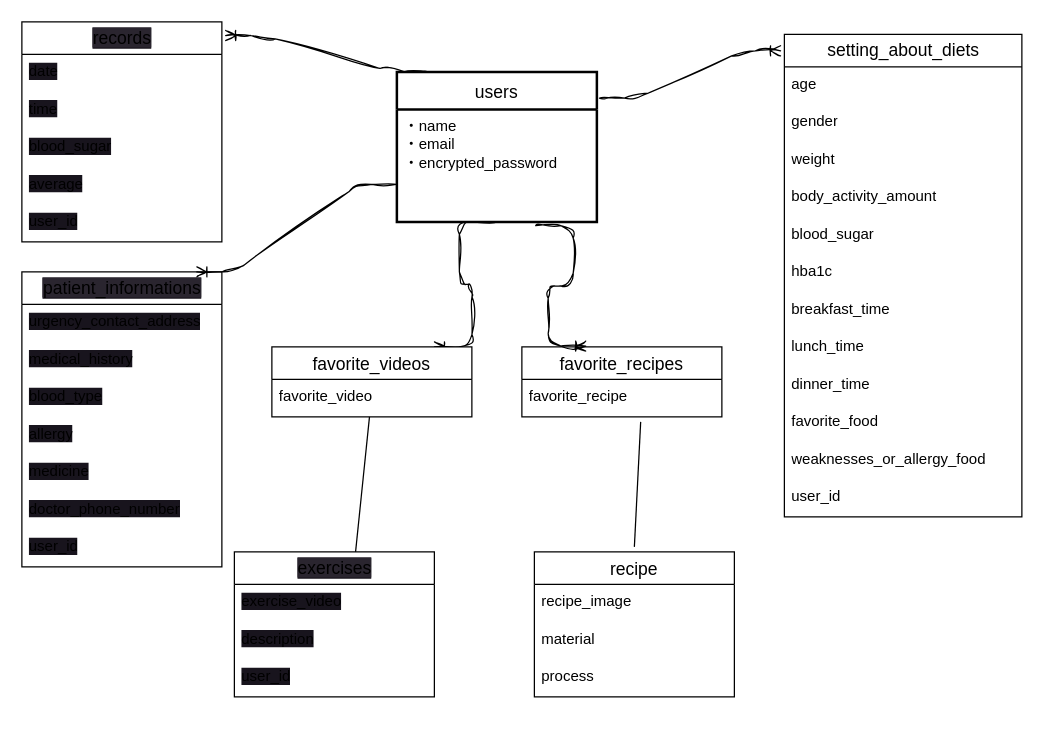
The draw.io diagram DM-control.dio in kinomomo/DM-control, before the edit. Source tidied: cells renumbered, new cells numbered last; positions are measured from the earlier drawing's top-left corner, leaving out a move shared by most shapes. Both pictures are drawn from the tidied source at 125%, with x=0, y=0 at pixel (21, 21).
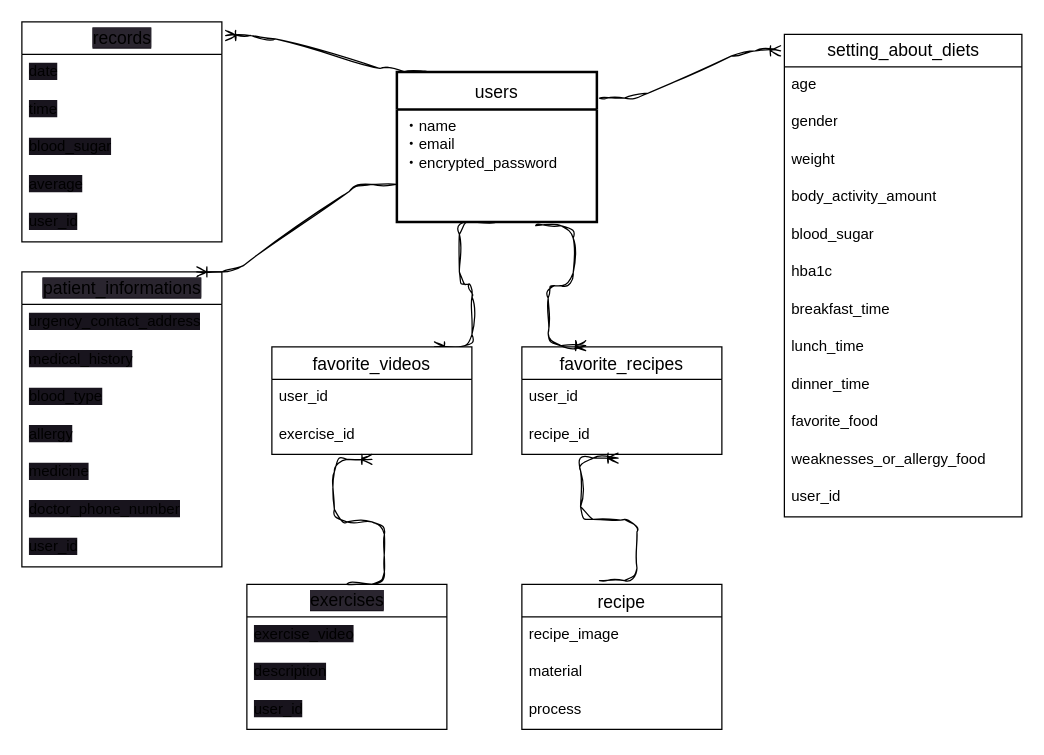
After the change.

Commit message:
ER図に外部キーカラムを追記

The edit, as a diff of the source:
```diff
@@
     <mxCell id="17" value="&lt;span style=&quot;background-color: rgb(42, 37, 47);&quot;&gt;exercises&lt;/span&gt;" style="swimlane;fontStyle=0;horizontal=1;startSize=26;align=center;fontSize=14;rounded=0;glass=0;labelBackgroundColor=#18141D;hachureGap=4;fontFamily=Helvetica;html=1;" parent="1" vertex="1">
-      <mxGeometry x="170" y="424" width="160" height="116" as="geometry" />
+      <mxGeometry x="180" y="450" width="160" height="116" as="geometry" />
     </mxCell>
@@
     <mxCell id="38" value="recipe" style="swimlane;fontStyle=0;horizontal=1;startSize=26;align=center;fontSize=14;sketch=0;hachureGap=4;jiggle=2;curveFitting=1;fontFamily=Helvetica;labelBackgroundColor=default;" parent="1" vertex="1">
-      <mxGeometry x="410" y="424" width="160" height="116" as="geometry" />
+      <mxGeometry x="400" y="450" width="160" height="116" as="geometry" />
     </mxCell>
@@
     <mxCell id="42" value="favorite_recipes" style="swimlane;fontStyle=0;horizontal=1;startSize=26;align=center;fontSize=14;sketch=0;hachureGap=4;jiggle=2;curveFitting=1;fontFamily=Helvetica;" parent="1" vertex="1">
-      <mxGeometry x="400" y="260" width="160" height="56" as="geometry" />
+      <mxGeometry x="400" y="260" width="160" height="86" as="geometry" />
     </mxCell>
-    <mxCell id="43" value="favorite_recipe" style="text;strokeColor=none;fillColor=none;spacingLeft=4;spacingRight=4;overflow=hidden;points=[[0,0.5],[1,0.5]];portConstraint=eastwest;fontSize=12;sketch=0;hachureGap=4;jiggle=2;curveFitting=1;fontFamily=Helvetica;" parent="42" vertex="1">
-      <mxGeometry y="26" width="160" height="30" as="geometry" />
-    </mxCell>
+    <mxCell id="50" value="user_id" style="text;strokeColor=none;fillColor=none;spacingLeft=4;spacingRight=4;overflow=hidden;fontSize=12;sketch=0;hachureGap=4;jiggle=2;curveFitting=1;fontFamily=Helvetica;" parent="42" vertex="1">
+      <mxGeometry y="26" width="160" height="30" as="geometry" />
+    </mxCell>
+    <mxCell id="51" value="recipe_id" style="text;strokeColor=none;fillColor=none;spacingLeft=4;spacingRight=4;overflow=hidden;points=[[0,0.5],[1,0.5]];portConstraint=eastwest;fontSize=12;sketch=0;hachureGap=4;jiggle=2;curveFitting=1;fontFamily=Helvetica;" parent="42" vertex="1">
+      <mxGeometry y="56" width="160" height="30" as="geometry" />
+    </mxCell>
@@
     <mxCell id="46" value="favorite_videos" style="swimlane;fontStyle=0;horizontal=1;startSize=26;align=center;fontSize=14;sketch=0;hachureGap=4;jiggle=2;curveFitting=1;fontFamily=Helvetica;" parent="1" vertex="1">
-      <mxGeometry x="200" y="260" width="160" height="56" as="geometry" />
+      <mxGeometry x="200" y="260" width="160" height="86" as="geometry" />
     </mxCell>
-    <mxCell id="47" value="favorite_video" style="text;strokeColor=none;fillColor=none;spacingLeft=4;spacingRight=4;overflow=hidden;points=[[0,0.5],[1,0.5]];portConstraint=eastwest;fontSize=12;sketch=0;hachureGap=4;jiggle=2;curveFitting=1;fontFamily=Helvetica;" parent="46" vertex="1">
-      <mxGeometry y="26" width="160" height="30" as="geometry" />
-    </mxCell>
-    <mxCell id="48" style="endArrow=none;html=1;rounded=0;hachureGap=4;fontFamily=Helvetica;fontSize=16;entryX=0.594;entryY=1.133;entryDx=0;entryDy=0;entryPerimeter=0;" parent="1" edge="1" target="43">
-      <mxGeometry relative="1" as="geometry">
-        <mxPoint x="490" y="420" as="sourcePoint" />
-      </mxGeometry>
-    </mxCell>
-    <mxCell id="49" style="endArrow=none;html=1;rounded=0;sketch=0;hachureGap=4;jiggle=2;curveFitting=1;fontFamily=Helvetica;fontSize=16;exitX=0.488;exitY=1;exitDx=0;exitDy=0;exitPerimeter=0;entryX=0.606;entryY=0;entryDx=0;entryDy=0;entryPerimeter=0;" parent="1" edge="1" source="47" target="17">
-      <mxGeometry relative="1" as="geometry" />
-    </mxCell>
+    <mxCell id="52" value="user_id" style="text;strokeColor=none;fillColor=none;spacingLeft=4;spacingRight=4;overflow=hidden;fontSize=12;sketch=0;hachureGap=4;jiggle=2;curveFitting=1;fontFamily=Helvetica;" parent="46" vertex="1">
+      <mxGeometry y="26" width="160" height="30" as="geometry" />
+    </mxCell>
+    <mxCell id="53" value="exercise_id" style="text;strokeColor=none;fillColor=none;spacingLeft=4;spacingRight=4;overflow=hidden;fontSize=12;sketch=0;hachureGap=4;jiggle=2;curveFitting=1;fontFamily=Helvetica;" parent="46" vertex="1">
+      <mxGeometry y="56" width="160" height="30" as="geometry" />
+    </mxCell>
+    <mxCell id="54" style="edgeStyle=entityRelationEdgeStyle;fontSize=12;html=1;endArrow=ERoneToMany;sketch=1;hachureGap=4;jiggle=2;curveFitting=1;fontFamily=Architects Daughter;exitX=0.5;exitY=0;exitDx=0;exitDy=0;" parent="1" edge="1" source="17">
+      <mxGeometry relative="1" as="geometry">
+        <mxPoint x="280" y="350" as="targetPoint" />
+      </mxGeometry>
+    </mxCell>
+    <mxCell id="55" style="edgeStyle=entityRelationEdgeStyle;fontSize=12;html=1;endArrow=ERoneToMany;sketch=1;hachureGap=4;jiggle=2;curveFitting=1;fontFamily=Architects Daughter;exitX=0.388;exitY=-0.026;exitDx=0;exitDy=0;exitPerimeter=0;entryX=0.481;entryY=1.1;entryDx=0;entryDy=0;entryPerimeter=0;" parent="1" edge="1" source="38" target="51">
+      <mxGeometry relative="1" as="geometry" />
+    </mxCell>
```
